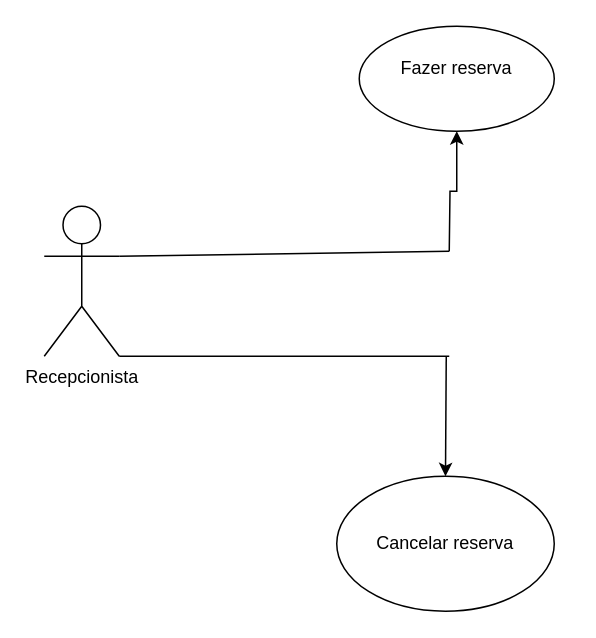
Earlier version of the draw.io diagram page "Página-1" (1 of 4) of Diagrama sem nome.drawio (lucitachi/diagramasderequisitos). Source tidied: cells renumbered, new cells numbered last; positions are measured from the earlier drawing's top-left corner, leaving out a move shared by most shapes. Both pictures are drawn from the tidied source at 150%, with x=0, y=0 at pixel (44, 26).
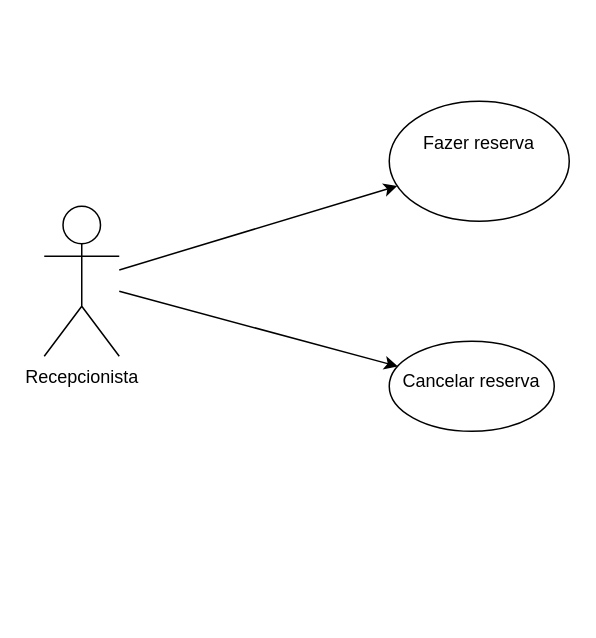
Above is the later version.

The edit, as a diff of the source:
```diff
@@
 <mxGraphModel>
   <root>
     <mxCell id="0" />
     <mxCell id="1" parent="0" />
+    <mxCell id="9" style="rounded=0;jettySize=auto;html=1;" parent="1" edge="1" source="2" target="3">
+      <mxGeometry relative="1" as="geometry" />
+    </mxCell>
+    <mxCell id="10" style="rounded=0;jettySize=auto;html=1;" parent="1" edge="1" source="2" target="4">
+      <mxGeometry relative="1" as="geometry" />
+    </mxCell>
     <mxCell id="2" value="Recepcionista&lt;div&gt;&lt;br&gt;&lt;/div&gt;" style="shape=umlActor;verticalLabelPosition=bottom;verticalAlign=top;html=1;outlineConnect=0;align=center;fontFamily=Helvetica;horizontal=1;" parent="1" vertex="1">
       <mxGeometry y="120" width="50" height="100" as="geometry" />
     </mxCell>
-    <mxCell id="3" value="Cancelar reserva" style="ellipse;whiteSpace=wrap;html=1;align=center;newEdgeStyle={&quot;edgeStyle&quot;:&quot;entityRelationEdgeStyle&quot;,&quot;startArrow&quot;:&quot;none&quot;,&quot;endArrow&quot;:&quot;none&quot;,&quot;segment&quot;:10,&quot;curved&quot;:1,&quot;sourcePerimeterSpacing&quot;:0,&quot;targetPerimeterSpacing&quot;:0};" parent="1" vertex="1">
-      <mxGeometry x="195" y="300" width="145" height="90" as="geometry" />
+    <mxCell id="3" value="&lt;div style=&quot;line-height: 240%;&quot;&gt;&lt;span style=&quot;background-color: transparent; color: light-dark(rgb(0, 0, 0), rgb(255, 255, 255)); line-height: 340%;&quot;&gt;Cancelar reserva&lt;/span&gt;&lt;/div&gt;" style="ellipse;whiteSpace=wrap;html=1;verticalAlign=top;" parent="1" vertex="1">
+      <mxGeometry x="230" y="210" width="110" height="60" as="geometry" />
     </mxCell>
-    <mxCell id="4" value="Fazer reserva&lt;div&gt;&lt;br&gt;&lt;/div&gt;" style="ellipse;whiteSpace=wrap;html=1;align=center;newEdgeStyle={&quot;edgeStyle&quot;:&quot;entityRelationEdgeStyle&quot;,&quot;startArrow&quot;:&quot;none&quot;,&quot;endArrow&quot;:&quot;none&quot;,&quot;segment&quot;:10,&quot;curved&quot;:1,&quot;sourcePerimeterSpacing&quot;:0,&quot;targetPerimeterSpacing&quot;:0};" parent="1" vertex="1">
-      <mxGeometry x="210" width="130" height="70" as="geometry" />
+    <mxCell id="4" value="&#10;Fazer reserva&lt;div style=&quot;forced-color-adjust: none; box-shadow: none !important;&quot;&gt;&lt;br style=&quot;forced-color-adjust: none; box-shadow: none !important; color: rgb(255, 255, 255); font-family: Helvetica; font-size: 12px; font-style: normal; font-variant-ligatures: normal; font-variant-caps: normal; font-weight: 400; letter-spacing: normal; orphans: 2; text-align: center; text-indent: 0px; text-transform: none; widows: 2; word-spacing: 0px; -webkit-text-stroke-width: 0px; white-space: normal; background-color: rgb(27, 29, 30); text-decoration-thickness: initial; text-decoration-style: initial; text-decoration-color: initial;&quot;&gt;&#10;&#10;&lt;/div&gt;" style="ellipse;whiteSpace=wrap;html=1;verticalAlign=top;" parent="1" vertex="1">
+      <mxGeometry x="230" y="50" width="120" height="80" as="geometry" />
     </mxCell>
-    <mxCell id="5" style="endArrow=none;html=1;rounded=0;exitX=1;exitY=0.3333333333333333;exitDx=0;exitDy=0;exitPerimeter=0;" parent="1" edge="1" source="2">
-      <mxGeometry relative="1" as="geometry">
-        <mxPoint x="270" y="150" as="targetPoint" />
-      </mxGeometry>
-    </mxCell>
-    <mxCell id="6" style="endArrow=none;html=1;rounded=0;exitX=1;exitY=1;exitDx=0;exitDy=0;exitPerimeter=0;" parent="1" edge="1" source="2">
-      <mxGeometry relative="1" as="geometry">
-        <mxPoint x="270" y="220" as="targetPoint" />
-      </mxGeometry>
-    </mxCell>
-    <mxCell id="7" style="endArrow=classic;html=1;rounded=0;entryX=0.5;entryY=1;entryDx=0;entryDy=0;edgeStyle=orthogonalEdgeStyle;" parent="1" edge="1" target="4">
-      <mxGeometry relative="1" as="geometry">
-        <mxPoint x="270" y="150" as="sourcePoint" />
-      </mxGeometry>
-    </mxCell>
-    <mxCell id="8" style="endArrow=classic;html=1;rounded=0;entryX=0.5;entryY=0;entryDx=0;entryDy=0;" parent="1" edge="1" target="3">
-      <mxGeometry relative="1" as="geometry">
-        <mxPoint x="268" y="220" as="sourcePoint" />
-      </mxGeometry>
-    </mxCell>
   </root>
 </mxGraphModel>
```
